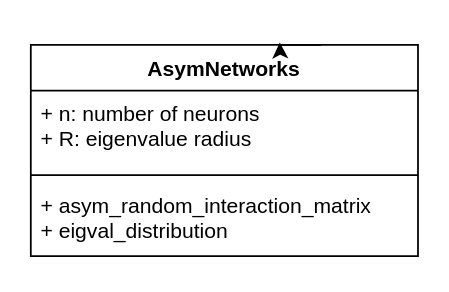
Before: Asym_1D_NN.drawio in rzhou-space/kaschube-lab.github.io, a draw.io diagram. Source tidied: cells renumbered, new cells numbered last; positions are measured from the earlier drawing's top-left corner, leaving out a move shared by most shapes. Both pictures are drawn from the tidied source at 176%, with x=0, y=0 at pixel (30, 44).
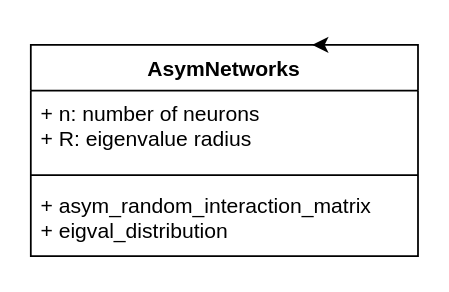
The same diagram, later.

What changed in the source:
```diff
@@
 <mxGraphModel>
   <root>
     <mxCell id="0" />
     <mxCell id="1" parent="0" />
     <mxCell id="2" value="AsymNetworks" style="swimlane;fontStyle=1;align=center;verticalAlign=top;horizontal=1;startSize=26;whiteSpace=wrap;html=1;" parent="1" vertex="1">
       <mxGeometry width="220" height="120" as="geometry" />
     </mxCell>
     <mxCell id="3" value="+ n: number of neurons&lt;br&gt;+ R: eigenvalue radius" style="text;strokeColor=none;fillColor=none;align=left;verticalAlign=top;spacingLeft=4;spacingRight=4;overflow=hidden;whiteSpace=wrap;html=1;" parent="2" vertex="1">
       <mxGeometry y="26" width="220" height="44" as="geometry" />
     </mxCell>
     <mxCell id="4" style="line;strokeWidth=1;fillColor=none;align=left;verticalAlign=middle;spacingTop=-1;spacingLeft=3;spacingRight=3;labelPosition=right;strokeColor=inherit;" parent="2" vertex="1">
       <mxGeometry y="70" width="220" height="8" as="geometry" />
     </mxCell>
     <mxCell id="5" value="+ asym_random_interaction_matrix&lt;br&gt;+ eigval_distribution" style="text;strokeColor=none;fillColor=none;align=left;verticalAlign=top;spacingLeft=4;spacingRight=4;overflow=hidden;whiteSpace=wrap;html=1;" parent="2" vertex="1">
       <mxGeometry y="78" width="220" height="42" as="geometry" />
     </mxCell>
-    <mxCell id="6" style="edgeStyle=orthogonalEdgeStyle;rounded=0;orthogonalLoop=1;jettySize=auto;html=1;exitX=0.75;exitY=0;exitDx=0;exitDy=0;entryX=0.643;entryY=-0.011;entryDx=0;entryDy=0;entryPerimeter=0;" parent="1" edge="1" source="2" target="2">
-      <mxGeometry relative="1" as="geometry" />
+    <mxCell id="6" style="edgeStyle=orthogonalEdgeStyle;rounded=0;jettySize=auto;html=1;exitX=0.75;exitY=0;exitDx=0;exitDy=0;" parent="1" edge="1" source="2">
+      <mxGeometry relative="1" as="geometry">
+        <mxPoint x="160" as="targetPoint" />
+      </mxGeometry>
     </mxCell>
   </root>
 </mxGraphModel>
```
